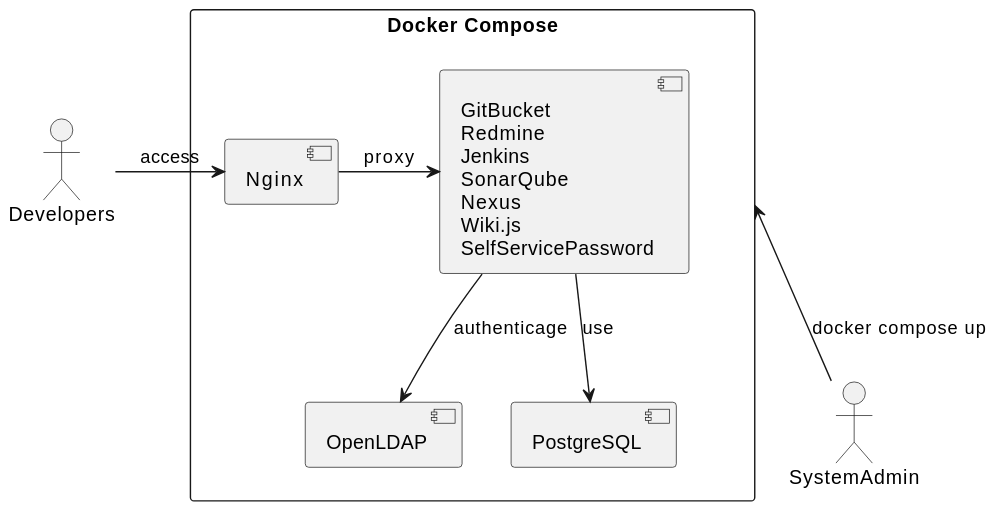
Earlier version of the PlantUML export docs/dev-servers.svg (project-au-lait/project-au-lait.github.io).
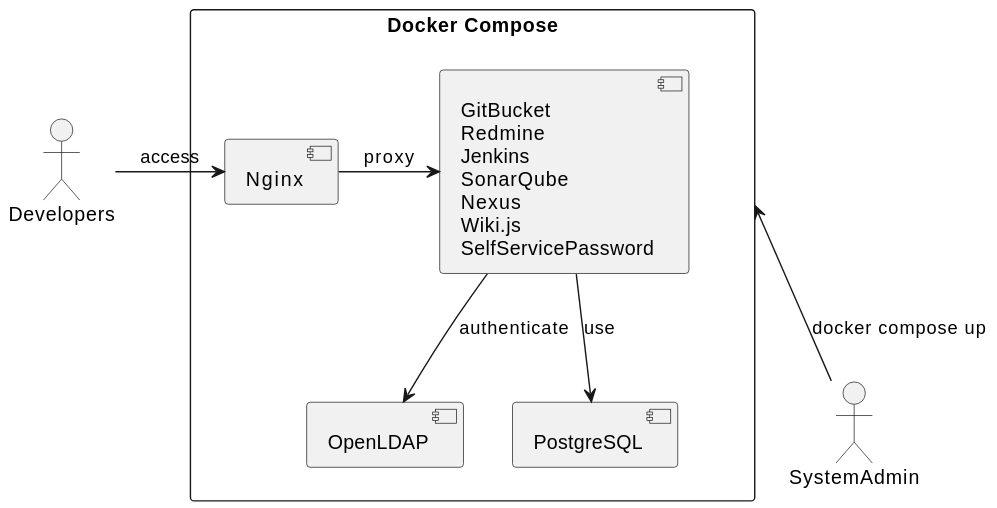
The same file after the commit.

What changed in the source:
```diff
@@ -9,7 +9,7 @@
   component "GitBucket\nRedmine\nJenkins\nSonarQube\nNexus\nWiki.js\nSelfServicePassword" as Servers
 
   Servers --> PostgreSQL: use
-  Servers --> OpenLDAP: authenticage
+  Servers --> OpenLDAP: authenticate
 }
 
 
```
